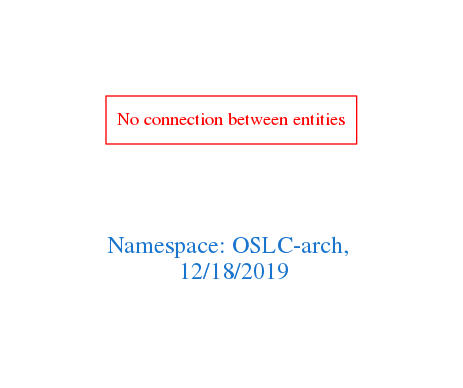
Before: downloads/OSLC-arch.png, a diagram exported from Graphviz (arago/OGIT). Its source is kept beside it as downloads/OSLC-arch.dot.
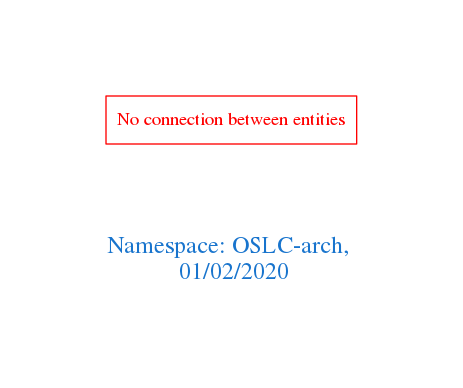
After the commit.

Diff of the diagram source:
```diff
@@ -1,7 +1,7 @@
 digraph OGIT_ontology {
  graph [ rankdir= LR,pad=1
 fontsize = 18,
-fontcolor= dodgerblue3,label = "\n\n\nNamespace: OSLC-arch, \n 12/18/2019"];
+fontcolor= dodgerblue3,label = "\n\n\nNamespace: OSLC-arch, \n 01/02/2020"];
 node[shape=polygon];
 edge [  color="gray81"];
 
```
